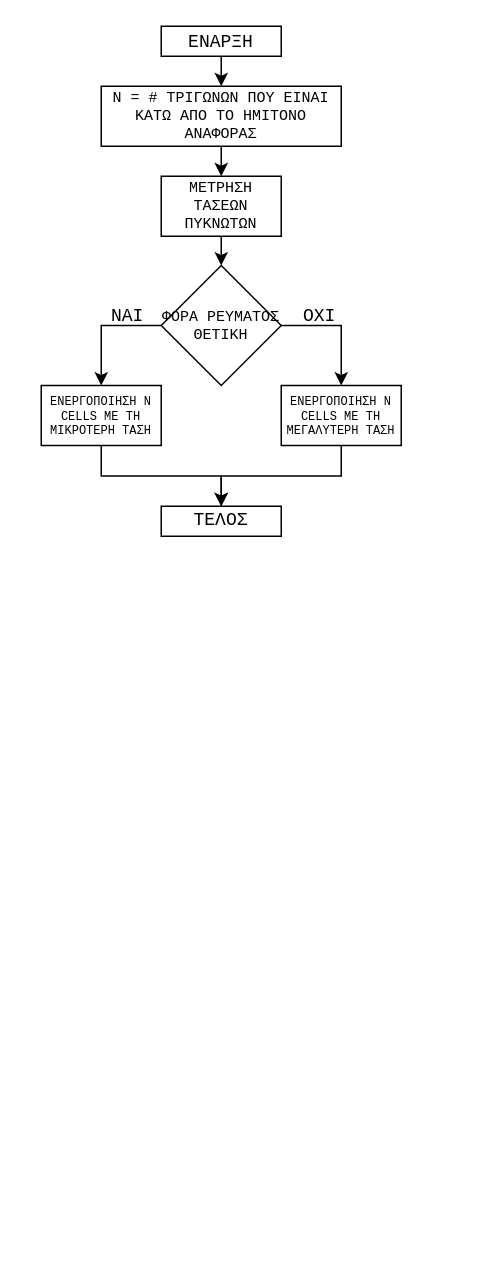
Before: algorithm_1.drawio in thece36/drawio_mlvl_pulses, a draw.io diagram. Source tidied: cells renumbered, new cells numbered last; positions are measured from the earlier drawing's top-left corner, leaving out a move shared by most shapes. Both pictures are drawn from the tidied source at 150%, with x=0, y=0 at pixel (40, 26).
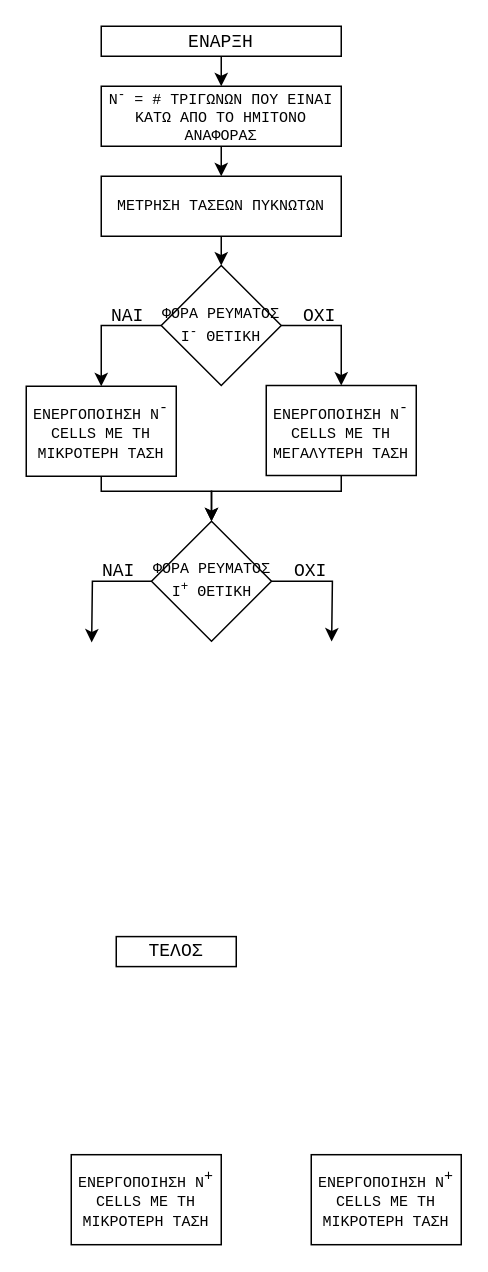
Above is the later version.

What changed in the source:
```diff
@@
     <mxCell id="3" value="&lt;font face=&quot;Courier New&quot;&gt;ΕΝΑΡΞΗ&lt;/font&gt;" style="rounded=0;whiteSpace=wrap;html=1;verticalAlign=middle;" parent="1" vertex="1">
-      <mxGeometry x="80" width="80" height="20" as="geometry" />
+      <mxGeometry x="40" width="160" height="20" as="geometry" />
     </mxCell>
@@
-    <mxCell id="5" value="Ν = # ΤΡΙΓΩΝΩΝ ΠΟΥ ΕΙΝΑΙ ΚΑΤΩ ΑΠΟ ΤΟ ΗΜΙΤΟΝΟ ΑΝΑΦΟΡΑΣ" style="rounded=0;whiteSpace=wrap;html=1;fontFamily=Courier New;fontSize=10;verticalAlign=middle;" parent="1" vertex="1">
+    <mxCell id="5" value="Ν&lt;sup&gt;-&lt;/sup&gt; = # ΤΡΙΓΩΝΩΝ ΠΟΥ ΕΙΝΑΙ ΚΑΤΩ ΑΠΟ ΤΟ ΗΜΙΤΟΝΟ ΑΝΑΦΟΡΑΣ" style="rounded=0;whiteSpace=wrap;html=1;fontFamily=Courier New;fontSize=10;verticalAlign=middle;" parent="1" vertex="1">
       <mxGeometry x="40" y="40" width="160" height="40" as="geometry" />
     </mxCell>
@@
-    <mxCell id="8" value="ΦΟΡΑ ΡΕΥΜΑΤΟΣ ΘΕΤΙΚΗ" style="rhombus;whiteSpace=wrap;html=1;fontFamily=Courier New;fontSize=10;" parent="1" vertex="1">
+    <mxCell id="8" value="ΦΟΡΑ ΡΕΥΜΑΤΟΣ Ι&lt;sup&gt;-&lt;/sup&gt; ΘΕΤΙΚΗ" style="rhombus;whiteSpace=wrap;html=1;fontFamily=Courier New;fontSize=10;" parent="1" vertex="1">
       <mxGeometry x="80" y="159.5" width="80" height="80" as="geometry" />
     </mxCell>
-    <mxCell id="9" style="edgeStyle=orthogonalEdgeStyle;rounded=0;jettySize=auto;html=1;exitX=0.5;exitY=1;exitDx=0;exitDy=0;entryX=0.5;entryY=0;entryDx=0;entryDy=0;fontFamily=Courier New;fontSize=10;" parent="1" edge="1" source="10" target="17">
-      <mxGeometry relative="1" as="geometry" />
-    </mxCell>
+    <mxCell id="18" style="edgeStyle=orthogonalEdgeStyle;rounded=0;jettySize=auto;html=1;exitX=0.5;exitY=1;exitDx=0;exitDy=0;entryX=0.5;entryY=0;entryDx=0;entryDy=0;fontFamily=Courier New;fontSize=10;" parent="1" edge="1" source="10" target="24">
+      <mxGeometry relative="1" as="geometry">
+        <Array as="points">
+          <mxPoint x="40" y="310" />
+          <mxPoint x="113" y="310" />
+        </Array>
+      </mxGeometry>
+    </mxCell>
-    <mxCell id="10" value="&lt;font style=&quot;font-size: 8px&quot; face=&quot;Courier New&quot;&gt;ΕΝΕΡΓΟΠΟΙΗΣΗ N CELLS ΜΕ ΤΗ ΜΙΚΡΟΤΕΡΗ ΤΑΣΗ&lt;/font&gt;" style="rounded=0;whiteSpace=wrap;html=1;verticalAlign=middle;fontSize=8;" parent="1" vertex="1">
-      <mxGeometry y="239.5" width="80" height="40" as="geometry" />
+    <mxCell id="10" value="&lt;font style=&quot;font-size: 10px;&quot; face=&quot;Courier New&quot;&gt;ΕΝΕΡΓΟΠΟΙΗΣΗ N&lt;sup style=&quot;font-size: 10px;&quot;&gt;-&lt;/sup&gt; CELLS ΜΕ ΤΗ ΜΙΚΡΟΤΕΡΗ ΤΑΣΗ&lt;/font&gt;" style="rounded=0;whiteSpace=wrap;html=1;verticalAlign=middle;fontSize=10;" parent="1" vertex="1">
+      <mxGeometry x="-10" y="240" width="100" height="60" as="geometry" />
     </mxCell>
-    <mxCell id="11" style="edgeStyle=orthogonalEdgeStyle;rounded=0;jettySize=auto;html=1;exitX=0.5;exitY=1;exitDx=0;exitDy=0;entryX=0.5;entryY=0;entryDx=0;entryDy=0;fontFamily=Courier New;fontSize=10;" parent="1" edge="1" source="12" target="17">
-      <mxGeometry relative="1" as="geometry" />
-    </mxCell>
+    <mxCell id="19" style="edgeStyle=orthogonalEdgeStyle;rounded=0;jettySize=auto;html=1;exitX=0.5;exitY=1;exitDx=0;exitDy=0;fontFamily=Courier New;fontSize=10;entryX=0.5;entryY=0;entryDx=0;entryDy=0;" parent="1" edge="1" source="12" target="24">
+      <mxGeometry relative="1" as="geometry">
+        <Array as="points">
+          <mxPoint x="200" y="310" />
+          <mxPoint x="113" y="310" />
+        </Array>
+      </mxGeometry>
+    </mxCell>
-    <mxCell id="12" value="&lt;font style=&quot;font-size: 8px&quot; face=&quot;Courier New&quot;&gt;ΕΝΕΡΓΟΠΟΙΗΣΗ N CELLS ΜΕ ΤΗ ΜΕΓΑΛΥΤΕΡΗ ΤΑΣΗ&lt;/font&gt;" style="rounded=0;whiteSpace=wrap;html=1;verticalAlign=middle;fontSize=8;" parent="1" vertex="1">
-      <mxGeometry x="160" y="239.5" width="80" height="40" as="geometry" />
+    <mxCell id="12" value="&lt;font style=&quot;font-size: 10px;&quot; face=&quot;Courier New&quot;&gt;ΕΝΕΡΓΟΠΟΙΗΣΗ N&lt;sup style=&quot;font-size: 10px;&quot;&gt;-&lt;/sup&gt; CELLS ΜΕ ΤΗ ΜΕΓΑΛΥΤΕΡΗ ΤΑΣΗ&lt;/font&gt;" style="rounded=0;whiteSpace=wrap;html=1;verticalAlign=middle;fontSize=10;" parent="1" vertex="1">
+      <mxGeometry x="150" y="239.5" width="100" height="60" as="geometry" />
     </mxCell>
@@
     <mxCell id="15" value="ΜΕΤΡΗΣΗ ΤΑΣΕΩΝ ΠΥΚΝΩΤΩΝ" style="rounded=0;whiteSpace=wrap;html=1;fontFamily=Courier New;fontSize=10;verticalAlign=middle;" parent="1" vertex="1">
-      <mxGeometry x="80" y="100" width="80" height="40" as="geometry" />
+      <mxGeometry x="40" y="100" width="160" height="40" as="geometry" />
     </mxCell>
@@
     <mxCell id="17" value="ΤΕΛΟΣ" style="rounded=0;whiteSpace=wrap;html=1;verticalAlign=middle;fontFamily=Courier New;" parent="1" vertex="1">
-      <mxGeometry x="80" y="320" width="80" height="20" as="geometry" />
+      <mxGeometry x="50" y="606.9" width="80" height="20" as="geometry" />
     </mxCell>
+    <mxCell id="20" value="&lt;font style=&quot;font-size: 10px&quot; face=&quot;Courier New&quot;&gt;ΕΝΕΡΓΟΠΟΙΗΣΗ N&lt;sup style=&quot;font-size: 10px&quot;&gt;+&lt;/sup&gt; CELLS ΜΕ ΤΗ ΜΙΚΡΟΤΕΡΗ ΤΑΣΗ&lt;/font&gt;" style="rounded=0;whiteSpace=wrap;html=1;verticalAlign=middle;fontSize=10;" parent="1" vertex="1">
+      <mxGeometry x="20" y="752.3" width="100" height="60" as="geometry" />
+    </mxCell>
+    <mxCell id="21" value="&lt;font style=&quot;font-size: 10px&quot; face=&quot;Courier New&quot;&gt;ΕΝΕΡΓΟΠΟΙΗΣΗ N&lt;sup style=&quot;font-size: 10px&quot;&gt;+&lt;/sup&gt; CELLS ΜΕ ΤΗ ΜΙΚΡΟΤΕΡΗ ΤΑΣΗ&lt;/font&gt;" style="rounded=0;whiteSpace=wrap;html=1;verticalAlign=middle;fontSize=10;" parent="1" vertex="1">
+      <mxGeometry x="180" y="752.3" width="100" height="60" as="geometry" />
+    </mxCell>
+    <mxCell id="22" style="edgeStyle=orthogonalEdgeStyle;rounded=0;jettySize=auto;html=1;exitX=0;exitY=0.5;exitDx=0;exitDy=0;entryX=0.5;entryY=0;entryDx=0;entryDy=0;fontFamily=Courier New;fontSize=8;" parent="1" edge="1" source="24">
+      <mxGeometry relative="1" as="geometry">
+        <mxPoint x="33.6" y="410.8" as="targetPoint" />
+      </mxGeometry>
+    </mxCell>
+    <mxCell id="23" style="edgeStyle=orthogonalEdgeStyle;rounded=0;jettySize=auto;html=1;exitX=1;exitY=0.5;exitDx=0;exitDy=0;entryX=0.5;entryY=0;entryDx=0;entryDy=0;fontFamily=Courier New;fontSize=12;" parent="1" edge="1" source="24">
+      <mxGeometry relative="1" as="geometry">
+        <mxPoint x="193.6" y="410.2" as="targetPoint" />
+      </mxGeometry>
+    </mxCell>
+    <mxCell id="24" value="ΦΟΡΑ ΡΕΥΜΑΤΟΣ Ι&lt;sup&gt;+&lt;/sup&gt; ΘΕΤΙΚΗ" style="rhombus;whiteSpace=wrap;html=1;fontFamily=Courier New;fontSize=10;" parent="1" vertex="1">
+      <mxGeometry x="73.5" y="330" width="80" height="80" as="geometry" />
+    </mxCell>
+    <mxCell id="25" value="ΝΑΙ" style="text;html=1;align=left;verticalAlign=top;spacingTop=-4;fontSize=12;fontFamily=Courier New;" parent="1" vertex="1">
+      <mxGeometry x="38.5" y="354" width="30" height="10" as="geometry" />
+    </mxCell>
+    <mxCell id="26" value="ΟΧΙ" style="text;html=1;align=left;verticalAlign=top;spacingTop=-4;fontSize=12;fontFamily=Courier New;" parent="1" vertex="1">
+      <mxGeometry x="166.5" y="354" width="40" height="20" as="geometry" />
+    </mxCell>
```
